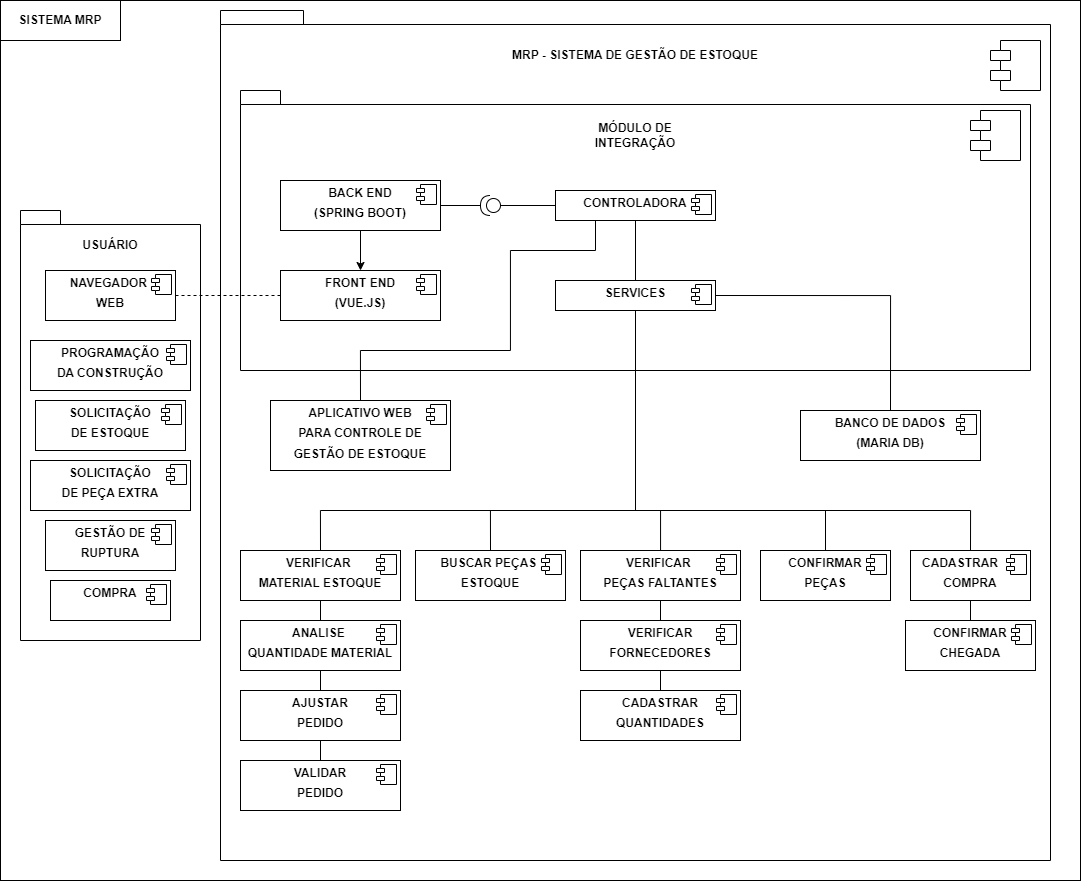
Earlier version of the draw.io export docs/imagens/componentes.drawio.png (eduardobandeiramg/mrp). Source tidied: cells renumbered, new cells last; positions are measured from the earlier drawing's top-left corner, leaving out a move shared by most shapes.
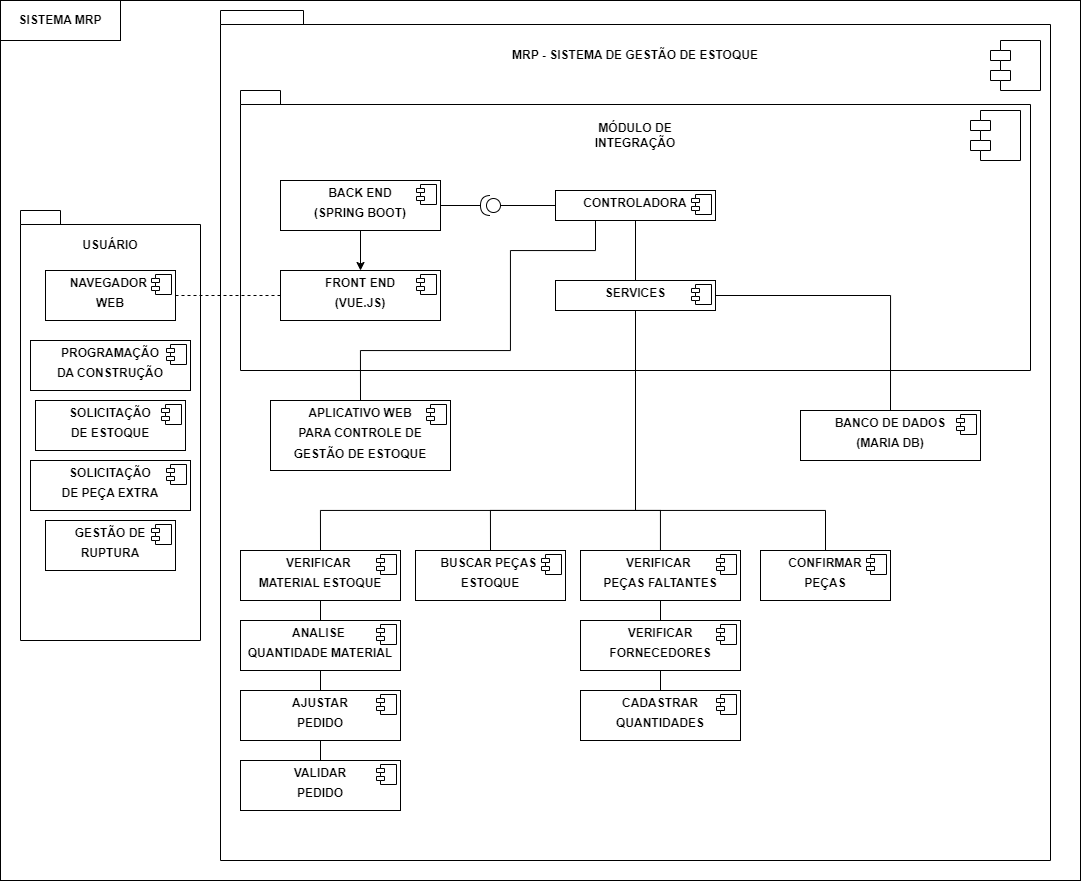
The same file after the commit.

Commit message:
atualização de diagramas

Change to the diagram source:
```diff
@@ -17,14 +17,6 @@
     <mxCell id="6" style="shape=module;align=left;spacingLeft=20;align=center;verticalAlign=top;whiteSpace=wrap;html=1;" parent="1" vertex="1">
       <mxGeometry x="970" y="110" width="50" height="50" as="geometry" />
     </mxCell>
-    <mxCell id="7" value="&lt;p style=&quot;margin:0px;margin-top:6px;text-align:center;&quot;&gt;&lt;b&gt;CADASTRAR&amp;nbsp; &amp;nbsp; &amp;nbsp;&amp;nbsp;&lt;/b&gt;&lt;/p&gt;&lt;p style=&quot;margin:0px;margin-top:6px;text-align:center;&quot;&gt;&lt;b&gt;COMPRA&lt;/b&gt;&lt;/p&gt;" style="align=left;overflow=fill;html=1;whiteSpace=wrap;" parent="1" vertex="1">
-      <mxGeometry x="910" y="550" width="120" height="50" as="geometry" />
-    </mxCell>
-    <mxCell id="8" style="shape=component;jettyWidth=8;jettyHeight=4;" parent="7" vertex="1">
-      <mxGeometry x="1" width="20" height="20" relative="1" as="geometry">
-        <mxPoint x="-24" y="4" as="offset" />
-      </mxGeometry>
-    </mxCell>
     <mxCell id="9" value="&lt;p style=&quot;margin:0px;margin-top:6px;text-align:center;&quot;&gt;&lt;b&gt;CONFIRMAR&lt;/b&gt;&lt;/p&gt;&lt;p style=&quot;margin:0px;margin-top:6px;text-align:center;&quot;&gt;&lt;b&gt;PEÇAS&lt;/b&gt;&lt;/p&gt;" style="align=left;overflow=fill;html=1;whiteSpace=wrap;" parent="1" vertex="1">
       <mxGeometry x="760" y="550" width="130" height="50" as="geometry" />
     </mxCell>
@@ -137,14 +129,6 @@
         </Array>
       </mxGeometry>
     </mxCell>
-    <mxCell id="35" style="edgeStyle=orthogonalEdgeStyle;rounded=0;jettySize=auto;html=1;exitX=0.5;exitY=1;exitDx=0;exitDy=0;entryX=0.5;entryY=0;entryDx=0;entryDy=0;endArrow=none;endFill=0;" parent="1" edge="1" source="37" target="7">
-      <mxGeometry relative="1" as="geometry">
-        <Array as="points">
-          <mxPoint x="635" y="510" />
-          <mxPoint x="970" y="510" />
-        </Array>
-      </mxGeometry>
-    </mxCell>
     <mxCell id="36" style="edgeStyle=orthogonalEdgeStyle;rounded=0;jettySize=auto;html=1;exitX=1;exitY=0.5;exitDx=0;exitDy=0;entryX=0.5;entryY=0;entryDx=0;entryDy=0;endArrow=none;endFill=0;" parent="1" edge="1" source="37" target="39">
       <mxGeometry relative="1" as="geometry" />
     </mxCell>
@@ -234,14 +218,6 @@
         <mxPoint x="-24" y="4" as="offset" />
       </mxGeometry>
     </mxCell>
-    <mxCell id="58" value="&lt;p style=&quot;margin:0px;margin-top:6px;text-align:center;&quot;&gt;&lt;b&gt;COMPRA&lt;/b&gt;&lt;/p&gt;" style="align=left;overflow=fill;html=1;whiteSpace=wrap;" parent="45" vertex="1">
-      <mxGeometry x="30" y="370" width="120" height="40" as="geometry" />
-    </mxCell>
-    <mxCell id="59" style="shape=component;jettyWidth=8;jettyHeight=4;" parent="58" vertex="1">
-      <mxGeometry x="1" width="20" height="20" relative="1" as="geometry">
-        <mxPoint x="-24" y="4" as="offset" />
-      </mxGeometry>
-    </mxCell>
     <mxCell id="60" style="edgeStyle=orthogonalEdgeStyle;rounded=0;jettySize=auto;html=1;exitX=1;exitY=0.5;exitDx=0;exitDy=0;endArrow=none;endFill=0;dashed=1;" parent="1" edge="1" source="47" target="23">
       <mxGeometry relative="1" as="geometry" />
     </mxCell>
@@ -303,16 +279,5 @@
         <mxPoint x="-24" y="4" as="offset" />
       </mxGeometry>
     </mxCell>
-    <mxCell id="77" style="edgeStyle=none;html=1;endArrow=none;endFill=0;" parent="1" edge="1" source="78" target="7">
-      <mxGeometry relative="1" as="geometry" />
-    </mxCell>
-    <mxCell id="78" value="&lt;p style=&quot;margin:0px;margin-top:6px;text-align:center;&quot;&gt;&lt;b&gt;CONFIRMAR&lt;/b&gt;&lt;/p&gt;&lt;p style=&quot;margin:0px;margin-top:6px;text-align:center;&quot;&gt;&lt;b&gt;CHEGADA&lt;/b&gt;&lt;/p&gt;" style="align=left;overflow=fill;html=1;whiteSpace=wrap;" parent="1" vertex="1">
-      <mxGeometry x="905" y="620" width="130" height="50" as="geometry" />
-    </mxCell>
-    <mxCell id="79" style="shape=component;jettyWidth=8;jettyHeight=4;" parent="78" vertex="1">
-      <mxGeometry x="1" width="20" height="20" relative="1" as="geometry">
-        <mxPoint x="-24" y="4" as="offset" />
-      </mxGeometry>
-    </mxCell>
   </root>
 </mxGraphModel>
```
